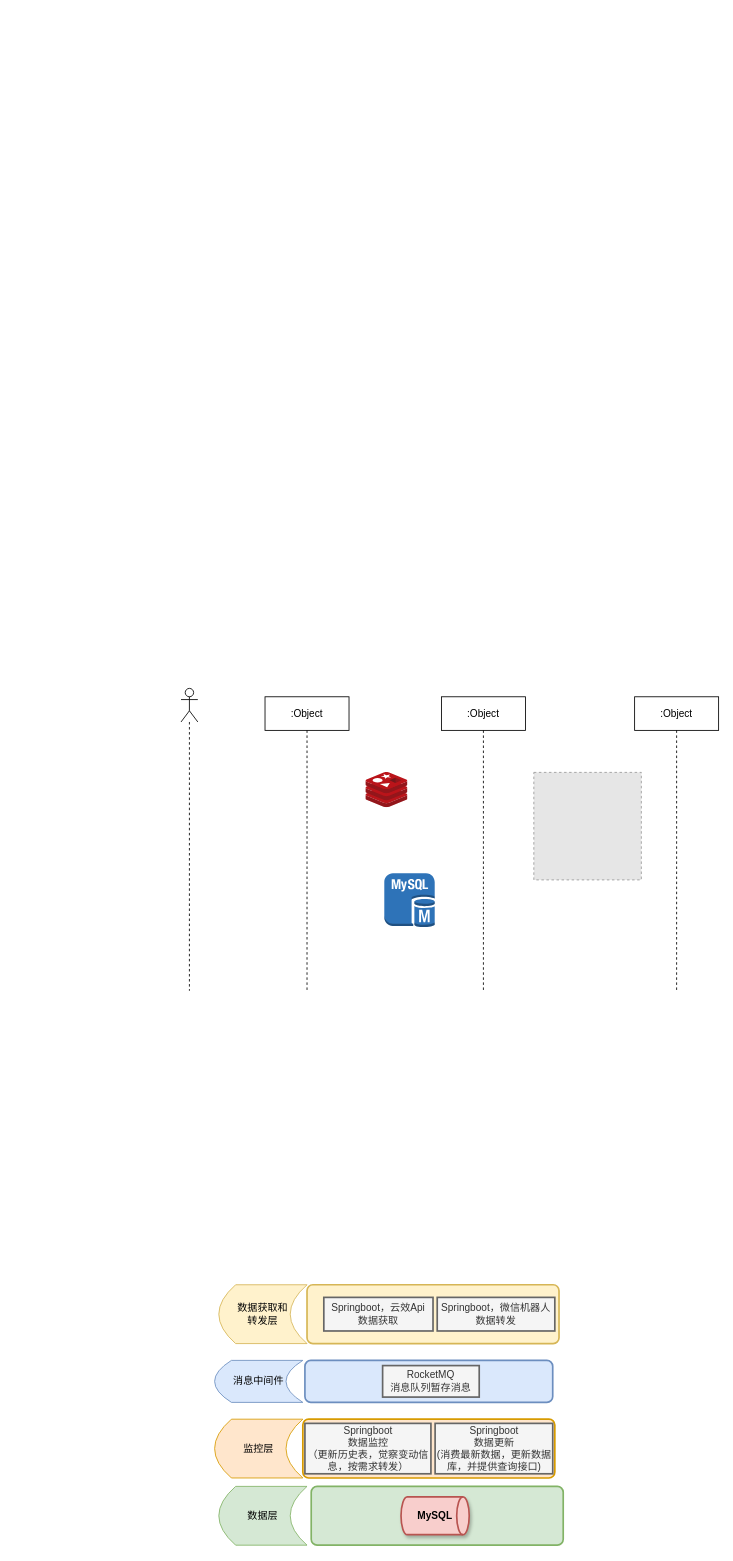
Above: Untitled Diagram.drawio in hqius/draw (draw.io), before the change. Source tidied: cells renumbered, new cells numbered last; positions are measured from the earlier drawing's top-left corner, leaving out a move shared by most shapes. Both pictures are drawn from the tidied source at 84%, with x=0, y=0 at pixel (181, 688). Pictures stored in the file or linked from it are replaced by grey dashed boxes.
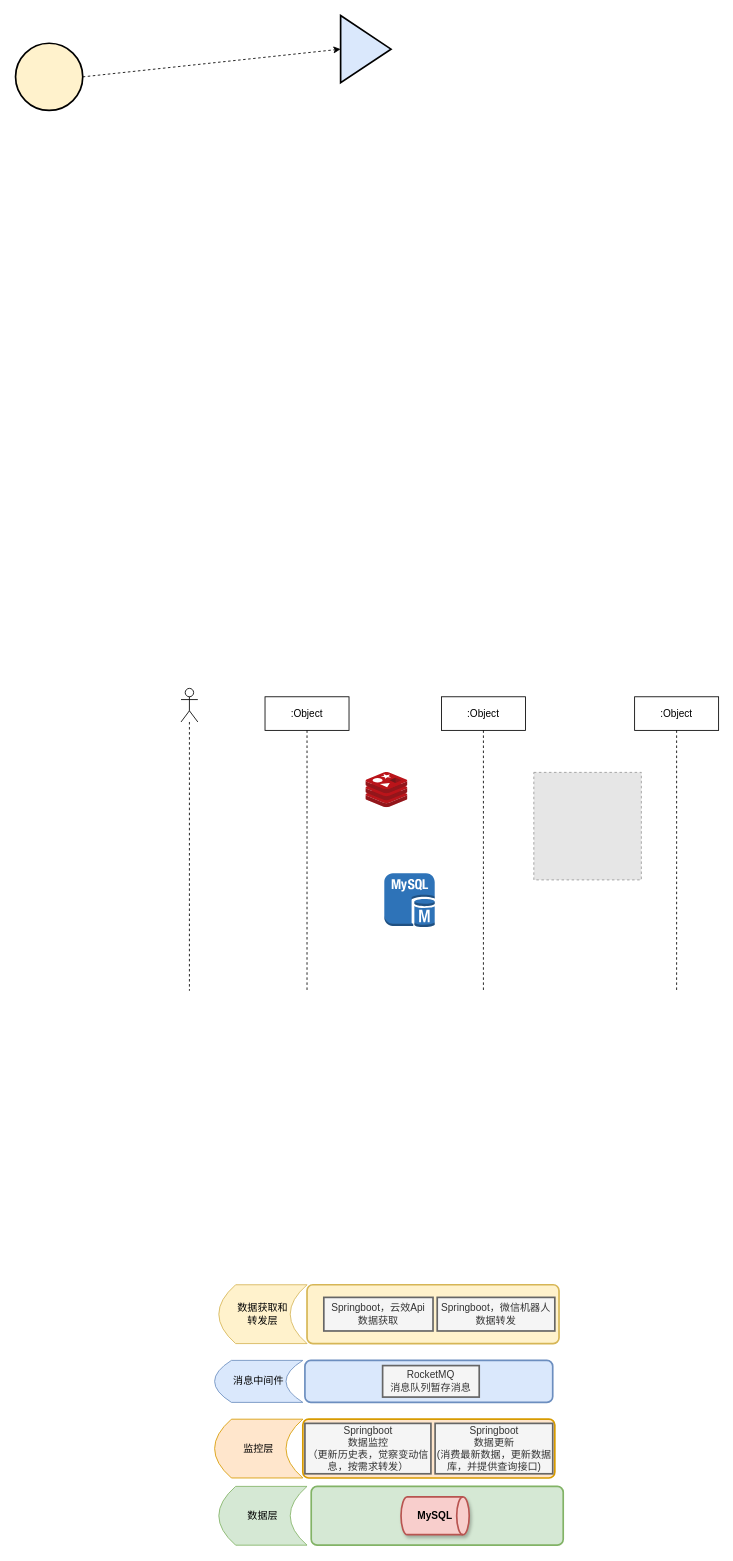
After the change.

Diff of the diagram source:
```diff
@@
+    <mxCell id="24" style="ellipse;whiteSpace=wrap;html=1;fillColor=#fff2cc;strokeWidth=2;" parent="1" vertex="1">
+      <mxGeometry x="-197" y="-768" width="80" height="80" as="geometry" />
+    </mxCell>
+    <mxCell id="25" style="triangle;whiteSpace=wrap;html=1;strokeWidth=2;fillColor=#dae8fc;" parent="1" vertex="1">
+      <mxGeometry x="190" y="-801" width="60" height="80" as="geometry" />
+    </mxCell>
+    <mxCell id="26" style="endArrow=classic;html=1;exitX=1;exitY=0.5;exitDx=0;exitDy=0;entryX=0;entryY=0.5;entryDx=0;entryDy=0;dashed=1;" parent="1" edge="1" source="24" target="25">
+      <mxGeometry relative="1" as="geometry" />
+    </mxCell>
```
